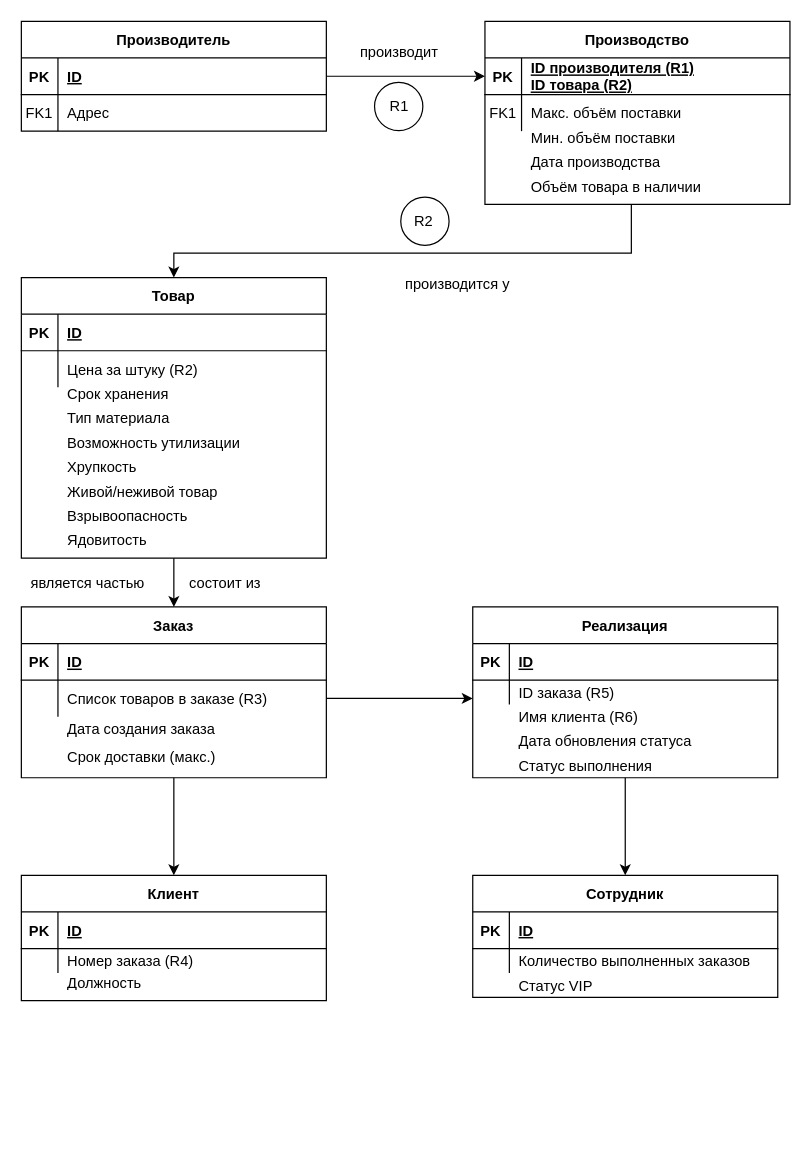
Wact/nstu-fami-7semester-dbes-project keeps this draw.io diagram as docs/diagrams/ER.drawio. Above is the earlier version. Source tidied: cells renumbered, new cells numbered last; positions are measured from the earlier drawing's top-left corner, leaving out a move shared by most shapes. Both pictures are drawn from the tidied source at 122%, with x=0, y=0 at pixel (21, 21).
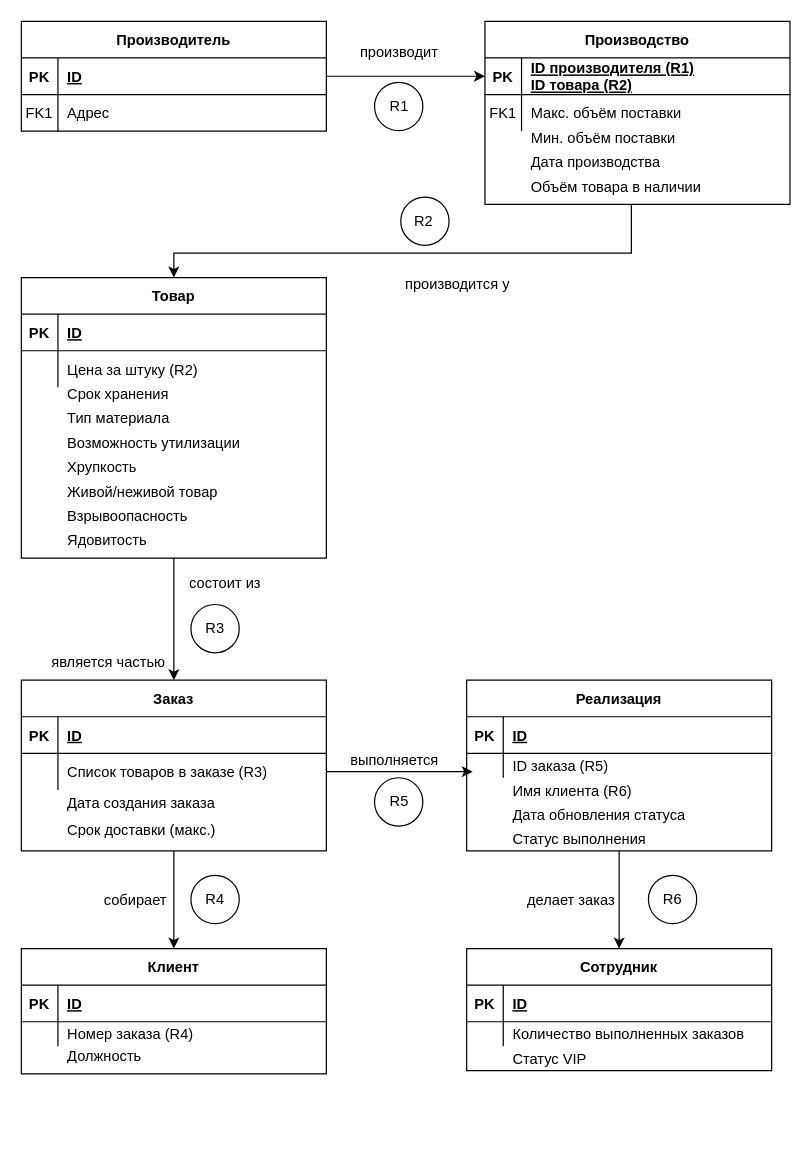
The same page after the edit.

The change refers to these unchanged cells:
```xml
<mxCell id="40" style="shape=partialRectangle;fillColor=none;points=[[0,0.5],[1,0.5]];portConstraint=eastwest;top=0;left=0;right=0;bottom=0;" parent="36" vertex="1">
  <mxGeometry y="60" width="250" height="30" as="geometry" />
</mxCell>
```

Diff of the diagram source:
```diff
@@
     <mxCell id="35" style="group;" parent="1" vertex="1">
-      <mxGeometry y="480" width="250" height="140" as="geometry" />
+      <mxGeometry y="540" width="250" height="140" as="geometry" />
     </mxCell>
@@
     <mxCell id="46" style="group;" parent="1" vertex="1">
-      <mxGeometry x="370" y="480" width="250" height="150" as="geometry" />
+      <mxGeometry x="365" y="540" width="250" height="150" as="geometry" />
     </mxCell>
@@
     <mxCell id="57" style="endArrow=classic;html=1;rounded=0;edgeStyle=orthogonalEdgeStyle;exitX=1;exitY=0.5;exitDx=0;exitDy=0;" parent="1" edge="1" source="40">
       <mxGeometry relative="1" as="geometry">
-        <mxPoint x="370" y="555" as="targetPoint" />
+        <mxPoint x="370" y="615" as="targetPoint" />
         <Array as="points">
-          <mxPoint x="370" y="555" />
+          <mxPoint x="370" y="615" />
         </Array>
       </mxGeometry>
     </mxCell>
@@
     <mxCell id="60" style="group;" parent="1" vertex="1">
-      <mxGeometry y="700" width="250" height="110" as="geometry" />
+      <mxGeometry y="760" width="250" height="110" as="geometry" />
     </mxCell>
@@
     <mxCell id="69" style="group;" parent="1" vertex="1">
-      <mxGeometry x="370" y="700" width="250" height="150" as="geometry" />
+      <mxGeometry x="365" y="760" width="250" height="150" as="geometry" />
     </mxCell>
@@
     <mxCell id="89" value="является частью" style="shape=partialRectangle;overflow=hidden;fillColor=none;top=0;left=0;bottom=0;right=0;align=left;spacingLeft=6;" parent="1" vertex="1">
-      <mxGeometry y="445" width="113" height="30" as="geometry" />
+      <mxGeometry x="17" y="510" width="113" height="30" as="geometry" />
     </mxCell>
+    <mxCell id="90" style="group;" parent="1" vertex="1">
+      <mxGeometry x="135" y="478" width="47.5" height="40" as="geometry" />
+    </mxCell>
+    <mxCell id="91" style="ellipse;whiteSpace=wrap;html=1;labelBackgroundColor=#FFFFFF;align=left;" parent="90" vertex="1">
+      <mxGeometry x="4" width="39.6" height="39.6" as="geometry" />
+    </mxCell>
+    <mxCell id="92" value="R3" style="text;html=1;strokeColor=none;fillColor=none;align=center;verticalAlign=middle;whiteSpace=wrap;rounded=0;labelBackgroundColor=#FFFFFF;" parent="90" vertex="1">
+      <mxGeometry y="7.8" width="47.5" height="24" as="geometry" />
+    </mxCell>
+    <mxCell id="93" value="выполняется" style="shape=partialRectangle;overflow=hidden;fillColor=none;top=0;left=0;bottom=0;right=0;align=left;spacingLeft=6;" parent="1" vertex="1">
+      <mxGeometry x="262" y="590" width="103" height="30" as="geometry" />
+    </mxCell>
+    <mxCell id="94" style="group;" parent="1" vertex="1">
+      <mxGeometry x="285.5" y="620" width="47.5" height="40" as="geometry" />
+    </mxCell>
+    <mxCell id="95" style="ellipse;whiteSpace=wrap;html=1;labelBackgroundColor=#FFFFFF;align=left;" parent="94" vertex="1">
+      <mxGeometry x="4" width="39.6" height="39.6" as="geometry" />
+    </mxCell>
+    <mxCell id="96" value="R5" style="text;html=1;strokeColor=none;fillColor=none;align=center;verticalAlign=middle;whiteSpace=wrap;rounded=0;labelBackgroundColor=#FFFFFF;" parent="94" vertex="1">
+      <mxGeometry y="7.8" width="47.5" height="24" as="geometry" />
+    </mxCell>
+    <mxCell id="97" style="group;" parent="1" vertex="1">
+      <mxGeometry x="135" y="700" width="47.5" height="40" as="geometry" />
+    </mxCell>
+    <mxCell id="98" style="ellipse;whiteSpace=wrap;html=1;labelBackgroundColor=#FFFFFF;align=left;" parent="97" vertex="1">
+      <mxGeometry x="4" width="39.6" height="39.6" as="geometry" />
+    </mxCell>
+    <mxCell id="99" value="R4" style="text;html=1;strokeColor=none;fillColor=none;align=center;verticalAlign=middle;whiteSpace=wrap;rounded=0;labelBackgroundColor=#FFFFFF;" parent="97" vertex="1">
+      <mxGeometry y="7.8" width="47.5" height="24" as="geometry" />
+    </mxCell>
+    <mxCell id="100" style="group;" parent="1" vertex="1">
+      <mxGeometry x="510" y="700" width="47.5" height="40" as="geometry" />
+    </mxCell>
+    <mxCell id="101" style="ellipse;whiteSpace=wrap;html=1;labelBackgroundColor=#FFFFFF;align=left;" parent="100" vertex="1">
+      <mxGeometry x="4" width="39.6" height="39.6" as="geometry" />
+    </mxCell>
+    <mxCell id="102" value="R6" style="text;html=1;strokeColor=none;fillColor=none;align=center;verticalAlign=middle;whiteSpace=wrap;rounded=0;labelBackgroundColor=#FFFFFF;" parent="100" vertex="1">
+      <mxGeometry y="7.8" width="47.5" height="24" as="geometry" />
+    </mxCell>
+    <mxCell id="103" value="собирает" style="shape=partialRectangle;overflow=hidden;fillColor=none;top=0;left=0;bottom=0;right=0;align=left;spacingLeft=6;" parent="1" vertex="1">
+      <mxGeometry x="60" y="705" width="103" height="30" as="geometry" />
+    </mxCell>
+    <mxCell id="104" value="делает заказ" style="shape=partialRectangle;overflow=hidden;fillColor=none;top=0;left=0;bottom=0;right=0;align=left;spacingLeft=6;" parent="1" vertex="1">
+      <mxGeometry x="407" y="705" width="103" height="30" as="geometry" />
+    </mxCell>
```
